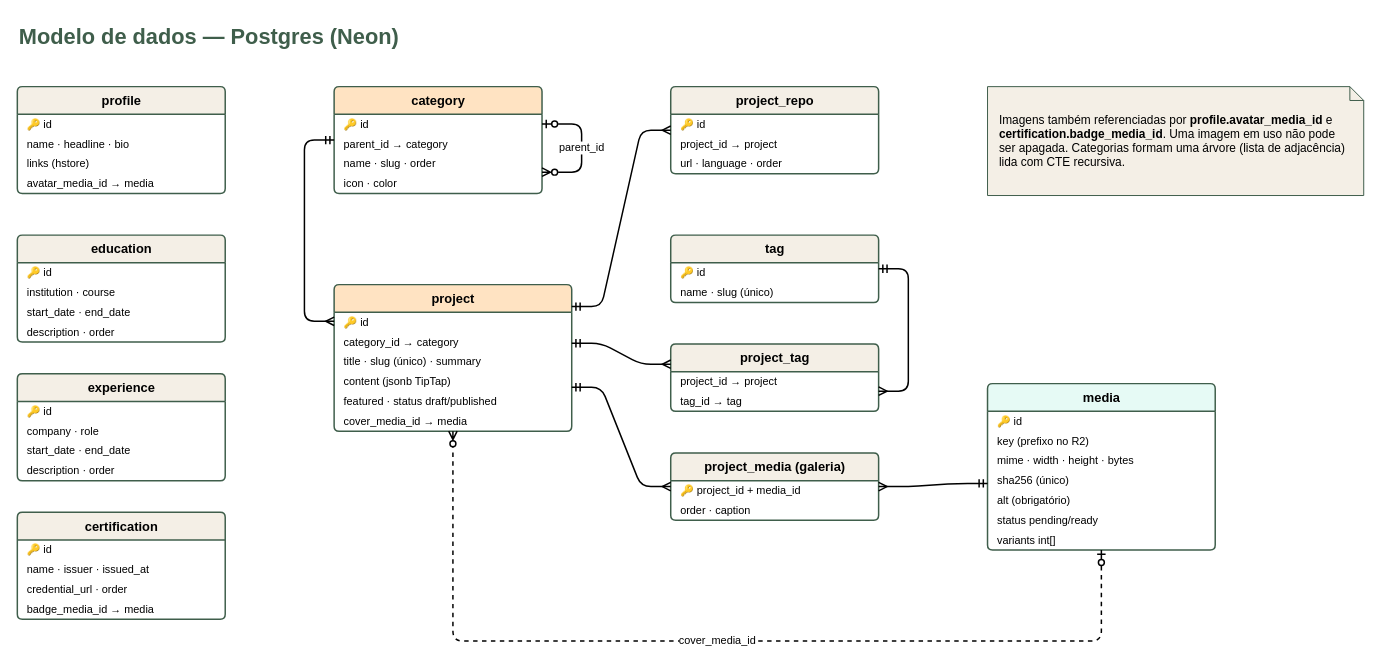
Earlier version of the draw.io diagram page "Modelo de dados" (3 of 3) of docs/arquitetura.drawio (Diomar2603/portifolio-online). Source tidied: cells renumbered, new cells numbered last; positions are measured from the earlier drawing's top-left corner, leaving out a move shared by most shapes. Both pictures are drawn from the tidied source at 99%, with x=0, y=0 at pixel (17, 17).
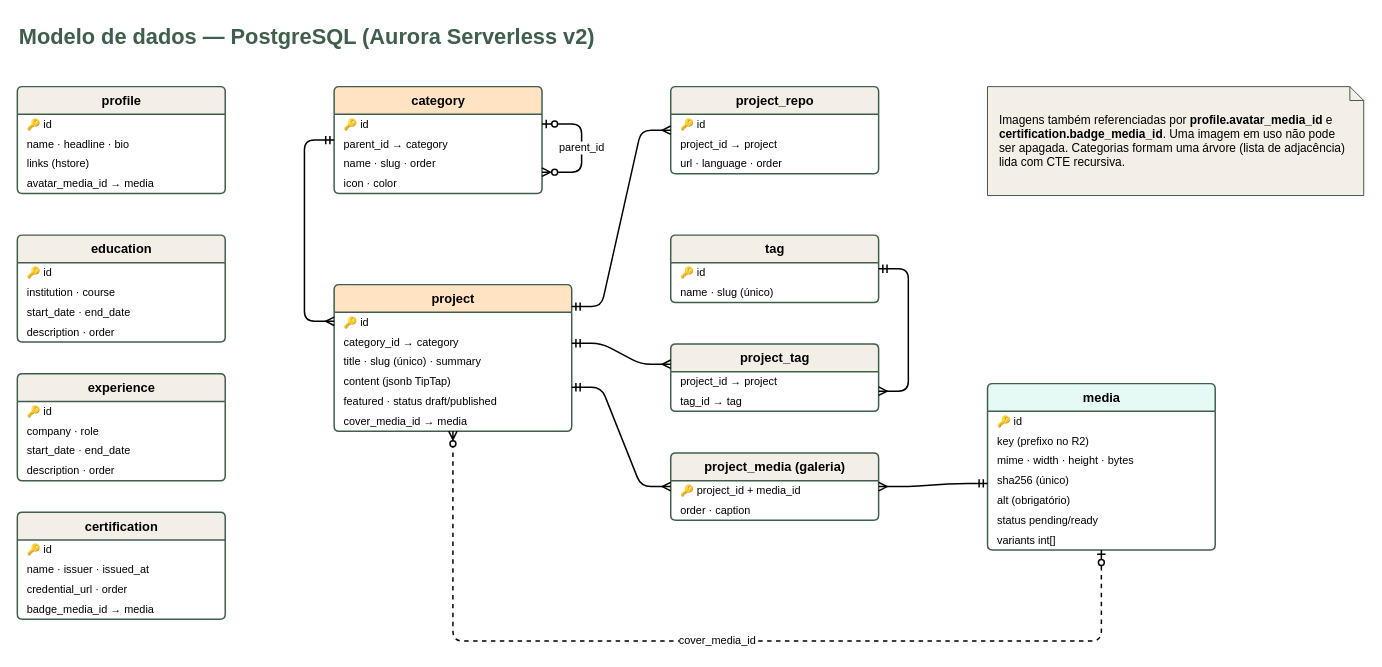
The same page after the edit.

Change to the diagram source:
```diff
@@
-    <mxCell id="2" value="Modelo de dados — Postgres (Neon)" style="text;html=1;align=left;verticalAlign=middle;fontSize=22;fontStyle=1;fontColor=#3F5E4B;" parent="1" vertex="1">
+    <mxCell id="2" value="Modelo de dados — PostgreSQL (Aurora Serverless v2)" style="text;html=1;align=left;verticalAlign=middle;fontSize=22;fontStyle=1;fontColor=#3F5E4B;" parent="1" vertex="1">
       <mxGeometry width="700" height="40" as="geometry" />
     </mxCell>
```
